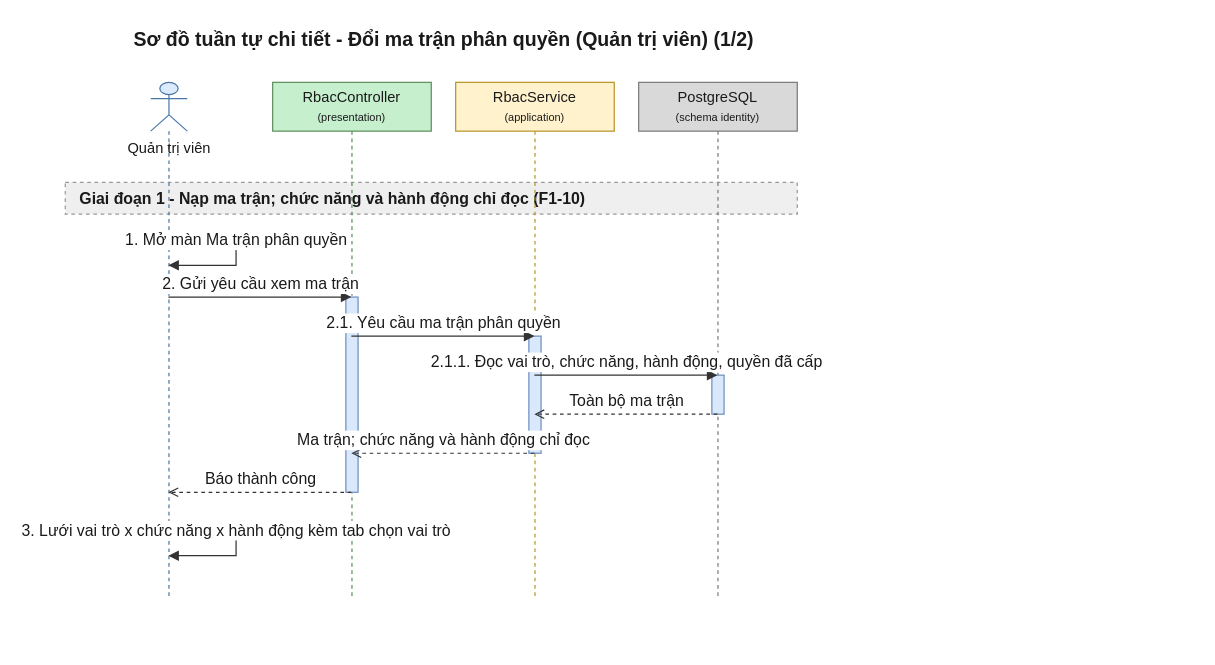
This is 08-diagram/sequence/admin/sequence_admin_doi_ma_tran_phan_quyen_p1.drawio from daiphu1801/PRJ_ALGOPREP, a draw.io file, before an edit. Source tidied: cells renumbered, new cells numbered last; positions are measured from the earlier drawing's top-left corner, leaving out a move shared by most shapes. Both pictures are drawn from the tidied source at 122%, with x=0, y=0 at pixel (65, 21).
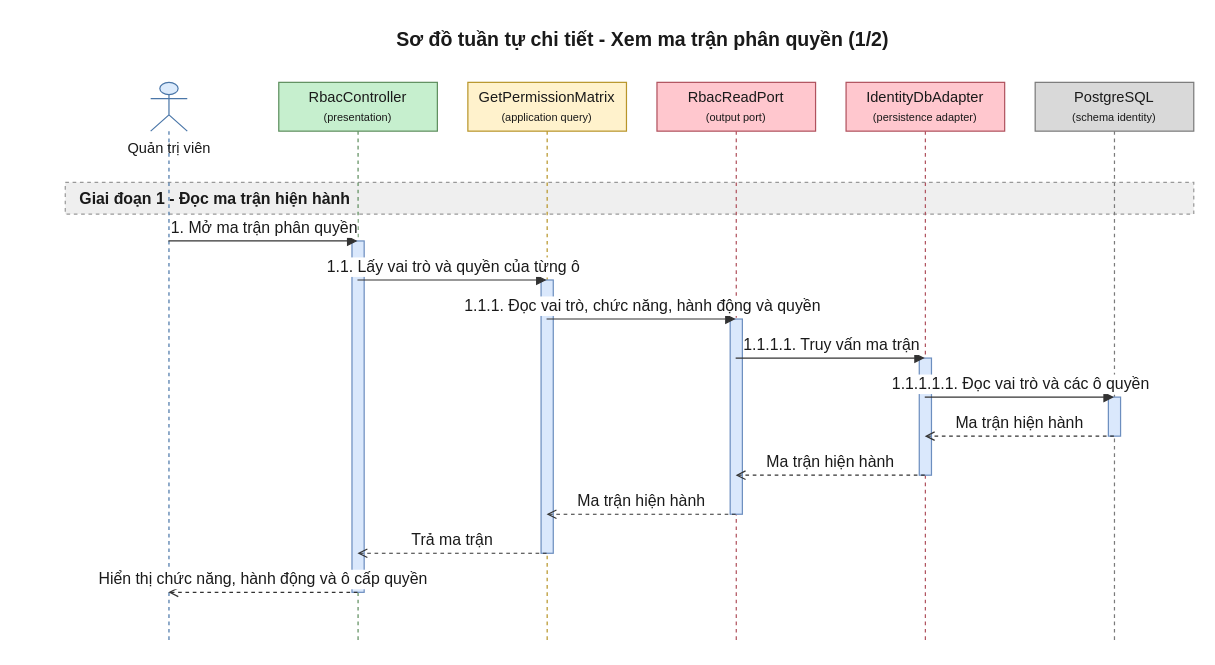
The same page after the edit.

The edit, as a diff of the source:
```diff
@@
-    <mxCell id="2" value="Sơ đồ tuần tự chi tiết - Đổi ma trận phân quyền (Quản trị viên) (1/2)" style="text;html=1;fontSize=16;fontStyle=1;align=center;verticalAlign=middle;fontColor=#1A1A1A;" parent="1" vertex="1">
-      <mxGeometry x="20" width="580" height="30" as="geometry" />
+    <mxCell id="2" value="Sơ đồ tuần tự chi tiết - Xem ma trận phân quyền (1/2)" style="text;html=1;fontSize=16;fontStyle=1;align=center;verticalAlign=middle;fontColor=#1A1A1A;" parent="1" vertex="1">
+      <mxGeometry x="20" width="905" height="30" as="geometry" />
     </mxCell>
-    <mxCell id="3" value="Giai đoạn 1 - Nạp ma trận; chức năng và hành động chỉ đọc (F1-10)" style="algoprep=phase;rounded=0;whiteSpace=wrap;html=1;fillColor=#EFEFEF;strokeColor=#999999;dashed=1;align=left;verticalAlign=middle;spacingLeft=10;fontColor=#1A1A1A;fontSize=13;fontStyle=1;" parent="1" vertex="1">
-      <mxGeometry y="132" width="600" height="26" as="geometry" />
+    <mxCell id="3" value="Giai đoạn 1 - Đọc ma trận hiện hành" style="algoprep=phase;rounded=0;whiteSpace=wrap;html=1;fillColor=#EFEFEF;strokeColor=#999999;dashed=1;align=left;verticalAlign=middle;spacingLeft=10;fontColor=#1A1A1A;fontSize=13;fontStyle=1;" parent="1" vertex="1">
+      <mxGeometry y="132" width="925" height="26" as="geometry" />
     </mxCell>
     <mxCell id="4" value="Quản trị viên" style="shape=umlLifeline;participant=umlActor;perimeter=lifelinePerimeter;html=1;outlineConnect=0;size=40;verticalAlign=top;spacingTop=40;fillColor=#DCEBFC;strokeColor=#4A76A8;fontColor=#1A1A1A;" parent="1" vertex="1">
-      <mxGeometry x="70" y="50" width="30" height="424" as="geometry" />
+      <mxGeometry x="70" y="50" width="30" height="460" as="geometry" />
     </mxCell>
     <mxCell id="5" value="RbacController&lt;br&gt;&lt;font style=&quot;font-size:9px&quot;&gt;(presentation)&lt;/font&gt;" style="shape=umlLifeline;perimeter=lifelinePerimeter;whiteSpace=wrap;html=1;outlineConnect=0;size=40;fillColor=#C6EFCE;strokeColor=#5E8E5E;fontColor=#1A1A1A;" parent="1" vertex="1">
-      <mxGeometry x="170" y="50" width="130" height="424" as="geometry" />
+      <mxGeometry x="175" y="50" width="130" height="460" as="geometry" />
     </mxCell>
-    <mxCell id="6" value="RbacService&lt;br&gt;&lt;font style=&quot;font-size:9px&quot;&gt;(application)&lt;/font&gt;" style="shape=umlLifeline;perimeter=lifelinePerimeter;whiteSpace=wrap;html=1;outlineConnect=0;size=40;fillColor=#FFF2CC;strokeColor=#B8952A;fontColor=#1A1A1A;" parent="1" vertex="1">
-      <mxGeometry x="320" y="50" width="130" height="424" as="geometry" />
+    <mxCell id="6" value="GetPermissionMatrix&lt;br&gt;&lt;font style=&quot;font-size:9px&quot;&gt;(application query)&lt;/font&gt;" style="shape=umlLifeline;perimeter=lifelinePerimeter;whiteSpace=wrap;html=1;outlineConnect=0;size=40;fillColor=#FFF2CC;strokeColor=#B8952A;fontColor=#1A1A1A;" parent="1" vertex="1">
+      <mxGeometry x="330" y="50" width="130" height="460" as="geometry" />
     </mxCell>
-    <mxCell id="7" value="PostgreSQL&lt;br&gt;&lt;font style=&quot;font-size:9px&quot;&gt;(schema identity)&lt;/font&gt;" style="shape=umlLifeline;perimeter=lifelinePerimeter;whiteSpace=wrap;html=1;outlineConnect=0;size=40;fillColor=#D9D9D9;strokeColor=#7A7A7A;fontColor=#1A1A1A;" parent="1" vertex="1">
-      <mxGeometry x="470" y="50" width="130" height="424" as="geometry" />
+    <mxCell id="7" value="RbacReadPort&lt;br&gt;&lt;font style=&quot;font-size:9px&quot;&gt;(output port)&lt;/font&gt;" style="shape=umlLifeline;perimeter=lifelinePerimeter;whiteSpace=wrap;html=1;outlineConnect=0;size=40;fillColor=#FFC7CE;strokeColor=#B0525E;fontColor=#1A1A1A;" parent="1" vertex="1">
+      <mxGeometry x="485" y="50" width="130" height="460" as="geometry" />
     </mxCell>
-    <mxCell id="8" style="html=1;points=[[0,0,0,0,0],[0,1,0,0,0],[1,0,0,0,0],[1,1,0,0,0]];perimeter=orthogonalPerimeter;outlineConnect=0;targetShapes=umlLifeline;fillColor=#DAE8FC;strokeColor=#6C8EBF;" parent="7" vertex="1">
-      <mxGeometry x="60" y="240" width="10" height="32" as="geometry" />
+    <mxCell id="8" value="IdentityDbAdapter&lt;br&gt;&lt;font style=&quot;font-size:9px&quot;&gt;(persistence adapter)&lt;/font&gt;" style="shape=umlLifeline;perimeter=lifelinePerimeter;whiteSpace=wrap;html=1;outlineConnect=0;size=40;fillColor=#FFC7CE;strokeColor=#B0525E;fontColor=#1A1A1A;" parent="1" vertex="1">
+      <mxGeometry x="640" y="50" width="130" height="460" as="geometry" />
     </mxCell>
-    <mxCell id="9" style="html=1;points=[[0,0,0,0,0],[0,1,0,0,0],[1,0,0,0,0],[1,1,0,0,0]];perimeter=orthogonalPerimeter;outlineConnect=0;targetShapes=umlLifeline;fillColor=#DAE8FC;strokeColor=#6C8EBF;" parent="6" vertex="1">
-      <mxGeometry x="60" y="208" width="10" height="96" as="geometry" />
+    <mxCell id="9" value="PostgreSQL&lt;br&gt;&lt;font style=&quot;font-size:9px&quot;&gt;(schema identity)&lt;/font&gt;" style="shape=umlLifeline;perimeter=lifelinePerimeter;whiteSpace=wrap;html=1;outlineConnect=0;size=40;fillColor=#D9D9D9;strokeColor=#7A7A7A;fontColor=#1A1A1A;" parent="1" vertex="1">
+      <mxGeometry x="795" y="50" width="130" height="460" as="geometry" />
     </mxCell>
-    <mxCell id="10" style="html=1;perimeter=orthogonalPerimeter;targetShapes=umlLifeline;fillColor=#DAE8FC;strokeColor=#6C8EBF;" parent="5" vertex="1">
-      <mxGeometry x="60" y="176" width="10" height="160" as="geometry" />
+    <mxCell id="10" style="html=1;perimeter=orthogonalPerimeter;targetShapes=umlLifeline;fillColor=#DAE8FC;strokeColor=#6C8EBF;" parent="9" vertex="1">
+      <mxGeometry x="60" y="258" width="10" height="32" as="geometry" />
     </mxCell>
-    <mxCell id="11" value="1. Mở màn Ma trận phân quyền" style="edgeStyle=orthogonalEdgeStyle;rounded=0;html=1;endArrow=block;endFill=1;strokeColor=#333333;fontColor=#1A1A1A;fontSize=13;verticalAlign=bottom;exitX=0.5;exitY=0.3066;exitDx=0;exitDy=0;entryX=0.5;entryY=0.3538;entryDx=0;entryDy=0;" parent="1" edge="1" source="4" target="4">
-      <mxGeometry relative="1" as="geometry">
-        <Array as="points">
-          <mxPoint x="140" y="180" />
-          <mxPoint x="140" y="200" />
-        </Array>
-      </mxGeometry>
-    </mxCell>
-    <mxCell id="12" value="2. Gửi yêu cầu xem ma trận" style="edgeStyle=none;html=1;endArrow=block;endFill=1;strokeColor=#333333;fontColor=#1A1A1A;fontSize=13;verticalAlign=bottom;exitX=0.5;exitY=0.4151;exitDx=0;exitDy=0;entryX=0.5;entryY=0.4151;entryDx=0;entryDy=0;" parent="1" edge="1" source="4" target="5">
-      <mxGeometry relative="1" as="geometry" />
-    </mxCell>
-    <mxCell id="13" value="2.1. Yêu cầu ma trận phân quyền" style="edgeStyle=none;html=1;endArrow=block;endFill=1;strokeColor=#333333;fontColor=#1A1A1A;fontSize=13;verticalAlign=bottom;exitX=0.5;exitY=0.4906;exitDx=0;exitDy=0;entryX=0.5;entryY=0.4906;entryDx=0;entryDy=0;" parent="1" edge="1" source="5" target="6">
-      <mxGeometry relative="1" as="geometry" />
-    </mxCell>
-    <mxCell id="14" value="2.1.1. Đọc vai trò, chức năng, hành động, quyền đã cấp" style="edgeStyle=none;html=1;endArrow=block;endFill=1;strokeColor=#333333;fontColor=#1A1A1A;fontSize=13;verticalAlign=bottom;exitX=0.5;exitY=0.5660;exitDx=0;exitDy=0;entryX=0.5;entryY=0.5660;entryDx=0;entryDy=0;" parent="1" edge="1" source="6" target="7">
-      <mxGeometry relative="1" as="geometry" />
-    </mxCell>
+    <mxCell id="19" style="html=1;perimeter=orthogonalPerimeter;targetShapes=umlLifeline;fillColor=#DAE8FC;strokeColor=#6C8EBF;" parent="8" vertex="1">
+      <mxGeometry x="60" y="226" width="10" height="96" as="geometry" />
+    </mxCell>
+    <mxCell id="20" style="html=1;perimeter=orthogonalPerimeter;targetShapes=umlLifeline;fillColor=#DAE8FC;strokeColor=#6C8EBF;" parent="7" vertex="1">
+      <mxGeometry x="60" y="194" width="10" height="160" as="geometry" />
+    </mxCell>
+    <mxCell id="21" style="html=1;perimeter=orthogonalPerimeter;targetShapes=umlLifeline;fillColor=#DAE8FC;strokeColor=#6C8EBF;" parent="6" vertex="1">
+      <mxGeometry x="60" y="162" width="10" height="224" as="geometry" />
+    </mxCell>
+    <mxCell id="22" style="html=1;perimeter=orthogonalPerimeter;targetShapes=umlLifeline;fillColor=#DAE8FC;strokeColor=#6C8EBF;" parent="5" vertex="1">
+      <mxGeometry x="60" y="130" width="10" height="288" as="geometry" />
+    </mxCell>
-    <mxCell id="15" value="Toàn bộ ma trận" style="edgeStyle=none;html=1;endArrow=open;endFill=0;dashed=1;strokeColor=#333333;fontColor=#1A1A1A;fontSize=13;verticalAlign=bottom;exitX=0.5;exitY=0.6415;exitDx=0;exitDy=0;entryX=0.5;entryY=0.6415;entryDx=0;entryDy=0;" parent="1" edge="1" source="7" target="6">
+    <mxCell id="15" value="1. Mở ma trận phân quyền" style="edgeStyle=none;html=1;endArrow=block;endFill=1;strokeColor=#333333;fontColor=#1A1A1A;fontSize=13;verticalAlign=bottom;exitX=0.5;exitY=0.2826;exitDx=0;exitDy=0;entryX=0.5;entryY=0.2826;entryDx=0;entryDy=0;" parent="1" edge="1" source="4" target="5">
       <mxGeometry relative="1" as="geometry" />
     </mxCell>
-    <mxCell id="16" value="Ma trận; chức năng và hành động chỉ đọc" style="edgeStyle=none;html=1;endArrow=open;endFill=0;dashed=1;strokeColor=#333333;fontColor=#1A1A1A;fontSize=13;verticalAlign=bottom;exitX=0.5;exitY=0.7170;exitDx=0;exitDy=0;entryX=0.5;entryY=0.7170;entryDx=0;entryDy=0;" parent="1" edge="1" source="6" target="5">
+    <mxCell id="16" value="1.1. Lấy vai trò và quyền của từng ô" style="edgeStyle=none;html=1;endArrow=block;endFill=1;strokeColor=#333333;fontColor=#1A1A1A;fontSize=13;verticalAlign=bottom;exitX=0.5;exitY=0.3522;exitDx=0;exitDy=0;entryX=0.5;entryY=0.3522;entryDx=0;entryDy=0;" parent="1" edge="1" source="5" target="6">
       <mxGeometry relative="1" as="geometry" />
     </mxCell>
-    <mxCell id="17" value="Báo thành công" style="edgeStyle=none;html=1;endArrow=open;endFill=0;dashed=1;strokeColor=#333333;fontColor=#1A1A1A;fontSize=13;verticalAlign=bottom;exitX=0.5;exitY=0.7925;exitDx=0;exitDy=0;entryX=0.5;entryY=0.7925;entryDx=0;entryDy=0;" parent="1" edge="1" source="5" target="4">
+    <mxCell id="17" value="1.1.1. Đọc vai trò, chức năng, hành động và quyền" style="edgeStyle=none;html=1;endArrow=block;endFill=1;strokeColor=#333333;fontColor=#1A1A1A;fontSize=13;verticalAlign=bottom;exitX=0.5;exitY=0.4217;exitDx=0;exitDy=0;entryX=0.5;entryY=0.4217;entryDx=0;entryDy=0;" parent="1" edge="1" source="6" target="7">
       <mxGeometry relative="1" as="geometry" />
     </mxCell>
-    <mxCell id="18" value="3. Lưới vai trò x chức năng x hành động kèm tab chọn vai trò" style="edgeStyle=orthogonalEdgeStyle;rounded=0;html=1;endArrow=block;endFill=1;strokeColor=#333333;fontColor=#1A1A1A;fontSize=13;verticalAlign=bottom;exitX=0.5;exitY=0.8679;exitDx=0;exitDy=0;entryX=0.5;entryY=0.9151;entryDx=0;entryDy=0;" parent="1" edge="1" source="4" target="4">
-      <mxGeometry relative="1" as="geometry">
-        <Array as="points">
-          <mxPoint x="140" y="418" />
-          <mxPoint x="140" y="438" />
-        </Array>
-      </mxGeometry>
+    <mxCell id="18" value="1.1.1.1. Truy vấn ma trận" style="edgeStyle=none;html=1;endArrow=block;endFill=1;strokeColor=#333333;fontColor=#1A1A1A;fontSize=13;verticalAlign=bottom;exitX=0.5;exitY=0.4913;exitDx=0;exitDy=0;entryX=0.5;entryY=0.4913;entryDx=0;entryDy=0;" parent="1" edge="1" source="7" target="8">
+      <mxGeometry relative="1" as="geometry" />
     </mxCell>
+    <mxCell id="23" value="1.1.1.1.1. Đọc vai trò và các ô quyền" style="edgeStyle=none;html=1;endArrow=block;endFill=1;strokeColor=#333333;fontColor=#1A1A1A;fontSize=13;verticalAlign=bottom;exitX=0.5;exitY=0.5609;exitDx=0;exitDy=0;entryX=0.5;entryY=0.5609;entryDx=0;entryDy=0;" parent="1" edge="1" source="8" target="9">
+      <mxGeometry relative="1" as="geometry" />
+    </mxCell>
+    <mxCell id="24" value="Ma trận hiện hành" style="edgeStyle=none;html=1;endArrow=open;endFill=0;dashed=1;strokeColor=#333333;fontColor=#1A1A1A;fontSize=13;verticalAlign=bottom;exitX=0.5;exitY=0.6304;exitDx=0;exitDy=0;entryX=0.5;entryY=0.6304;entryDx=0;entryDy=0;" parent="1" edge="1" source="9" target="8">
+      <mxGeometry relative="1" as="geometry" />
+    </mxCell>
+    <mxCell id="25" value="Ma trận hiện hành" style="edgeStyle=none;html=1;endArrow=open;endFill=0;dashed=1;strokeColor=#333333;fontColor=#1A1A1A;fontSize=13;verticalAlign=bottom;exitX=0.5;exitY=0.7000;exitDx=0;exitDy=0;entryX=0.5;entryY=0.7000;entryDx=0;entryDy=0;" parent="1" edge="1" source="8" target="7">
+      <mxGeometry relative="1" as="geometry" />
+    </mxCell>
+    <mxCell id="26" value="Ma trận hiện hành" style="edgeStyle=none;html=1;endArrow=open;endFill=0;dashed=1;strokeColor=#333333;fontColor=#1A1A1A;fontSize=13;verticalAlign=bottom;exitX=0.5;exitY=0.7696;exitDx=0;exitDy=0;entryX=0.5;entryY=0.7696;entryDx=0;entryDy=0;" parent="1" edge="1" source="7" target="6">
+      <mxGeometry relative="1" as="geometry" />
+    </mxCell>
+    <mxCell id="27" value="Trả ma trận" style="edgeStyle=none;html=1;endArrow=open;endFill=0;dashed=1;strokeColor=#333333;fontColor=#1A1A1A;fontSize=13;verticalAlign=bottom;exitX=0.5;exitY=0.8391;exitDx=0;exitDy=0;entryX=0.5;entryY=0.8391;entryDx=0;entryDy=0;" parent="1" edge="1" source="6" target="5">
+      <mxGeometry relative="1" as="geometry" />
+    </mxCell>
+    <mxCell id="28" value="Hiển thị chức năng, hành động và ô cấp quyền" style="edgeStyle=none;html=1;endArrow=open;endFill=0;dashed=1;strokeColor=#333333;fontColor=#1A1A1A;fontSize=13;verticalAlign=bottom;exitX=0.5;exitY=0.9087;exitDx=0;exitDy=0;entryX=0.5;entryY=0.9087;entryDx=0;entryDy=0;" parent="1" edge="1" source="5" target="4">
+      <mxGeometry relative="1" as="geometry" />
+    </mxCell>
```
